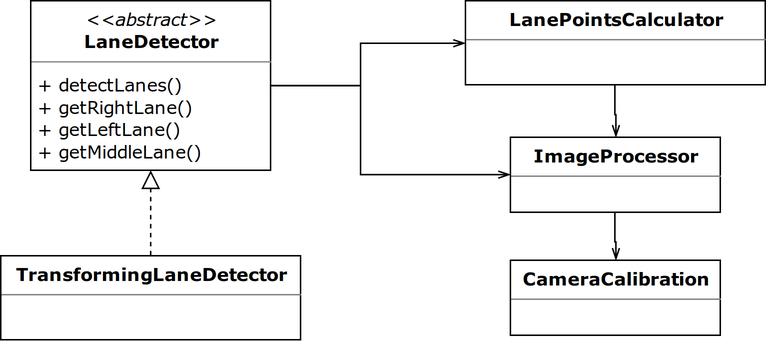
This is images/LaneDetectionKlassendiagramm.png from fredericjacob/PSES-Ausarbeitung, a draw.io export, as it was before one commit. Source tidied: cells renumbered, new cells last; positions are measured from the earlier drawing's top-left corner, leaving out a move shared by most shapes.
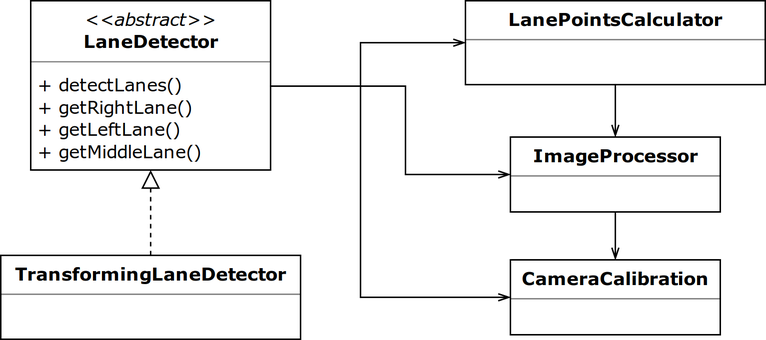
The same file after the commit.

The edit, as a diff of the source:
```diff
@@ -5,11 +5,19 @@
     <mxCell id="2" style="edgeStyle=orthogonalEdgeStyle;rounded=0;jettySize=auto;html=1;exitX=1;exitY=0.5;exitDx=0;exitDy=0;endArrow=openThin;endFill=0;endSize=6;strokeWidth=1;" parent="1" edge="1" source="3" target="8">
       <mxGeometry relative="1" as="geometry">
         <Array as="points">
-          <mxPoint x="240" y="57" />
-          <mxPoint x="240" y="116" />
+          <mxPoint x="270" y="57" />
+          <mxPoint x="270" y="116" />
         </Array>
       </mxGeometry>
     </mxCell>
+    <mxCell id="12" style="edgeStyle=orthogonalEdgeStyle;rounded=0;jettySize=auto;html=1;exitX=1;exitY=0.5;exitDx=0;exitDy=0;entryX=0;entryY=0.5;entryDx=0;entryDy=0;strokeWidth=1;endFill=0;endArrow=openThin;endSize=6;" parent="1" edge="1" source="3" target="10">
+      <mxGeometry relative="1" as="geometry">
+        <Array as="points">
+          <mxPoint x="240" y="57" />
+          <mxPoint x="240" y="198" />
+        </Array>
+      </mxGeometry>
+    </mxCell>
     <mxCell id="3" value="&lt;p style=&quot;margin: 0px ; margin-top: 4px ; text-align: center&quot;&gt;&lt;font face=&quot;Verdana&quot;&gt;&lt;i&gt;&amp;lt;&amp;lt;abstract&amp;gt;&amp;gt;&lt;/i&gt;&lt;/font&gt;&lt;br&gt;&lt;font face=&quot;Verdana&quot;&gt;&lt;b&gt;LaneDetector&lt;/b&gt;&lt;/font&gt;&lt;/p&gt;&lt;hr size=&quot;1&quot;&gt;&lt;p style=&quot;margin: 0px ; margin-left: 4px&quot;&gt;&lt;font face=&quot;Verdana&quot;&gt;+ detectLanes()&lt;br&gt;+ getRightLane()&lt;/font&gt;&lt;/p&gt;&lt;p style=&quot;margin: 0px ; margin-left: 4px&quot;&gt;&lt;font face=&quot;Verdana&quot;&gt;+ getLeftLane()&lt;/font&gt;&lt;/p&gt;&lt;p style=&quot;margin: 0px ; margin-left: 4px&quot;&gt;&lt;font face=&quot;Verdana&quot;&gt;+ getMiddleLane()&lt;/font&gt;&lt;/p&gt;&lt;p style=&quot;margin: 0px ; margin-left: 4px&quot;&gt;&lt;br&gt;&lt;/p&gt;&lt;hr size=&quot;1&quot;&gt;&lt;p style=&quot;margin: 0px ; margin-left: 4px&quot;&gt;+ method1(Type): Type&lt;br&gt;+ method2(Type, Type): Type&lt;/p&gt;" style="verticalAlign=top;align=left;overflow=fill;fontSize=12;fontFamily=Helvetica;html=1;rounded=0;shadow=0;comic=0;labelBackgroundColor=none;strokeColor=#000000;strokeWidth=1;fillColor=#ffffff;" parent="1" vertex="1">
       <mxGeometry x="20" width="160" height="113" as="geometry" />
     </mxCell>
```
